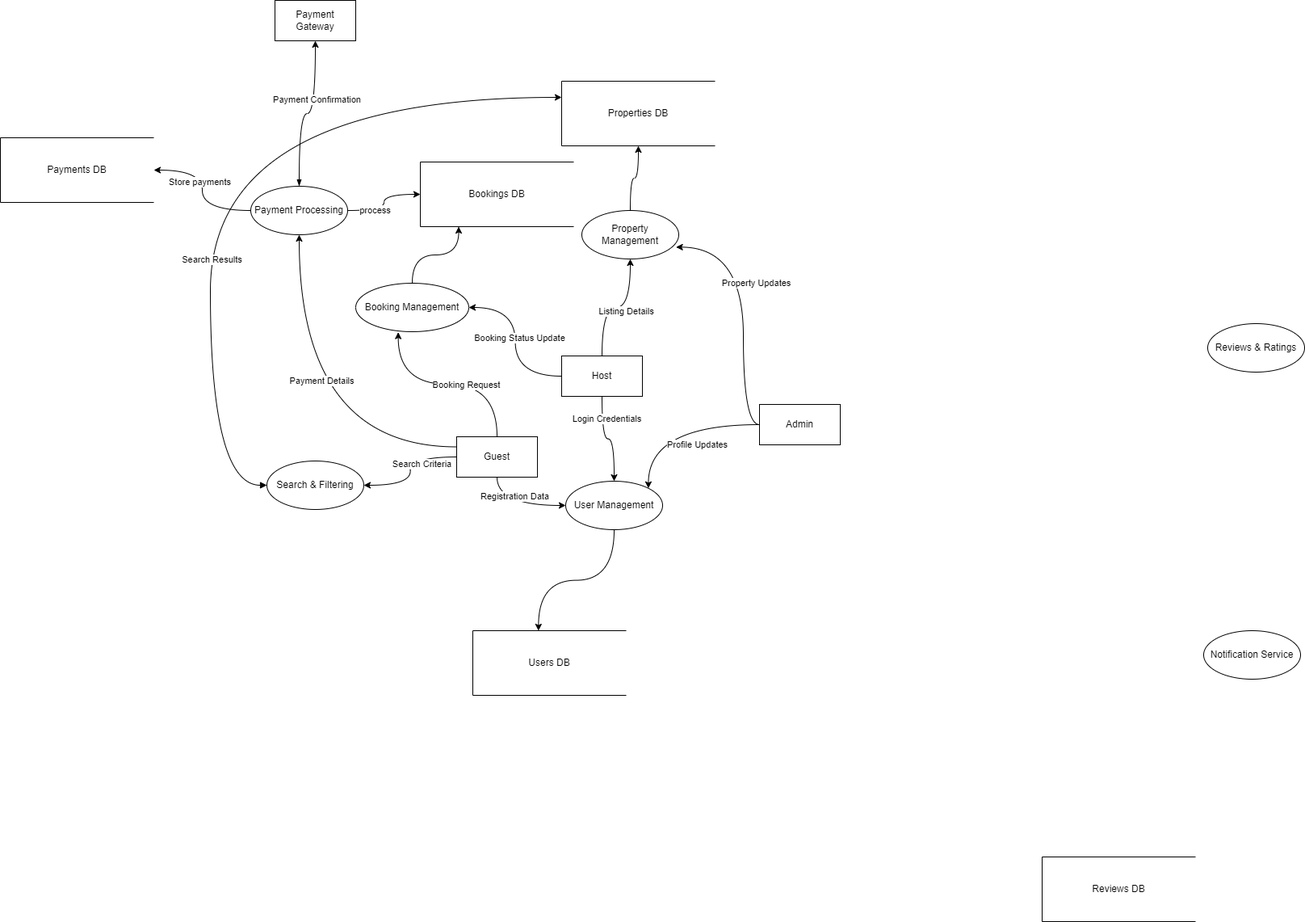
This is data-flow-diagram/Airbnb-Clone-Data-Flow-Diagram.drawio.png from patcreator/alx-airbnb-project-documentation, a draw.io export, as it was before one commit. Source tidied: cells renumbered, new cells last; positions are measured from the earlier drawing's top-left corner, leaving out a move shared by most shapes.
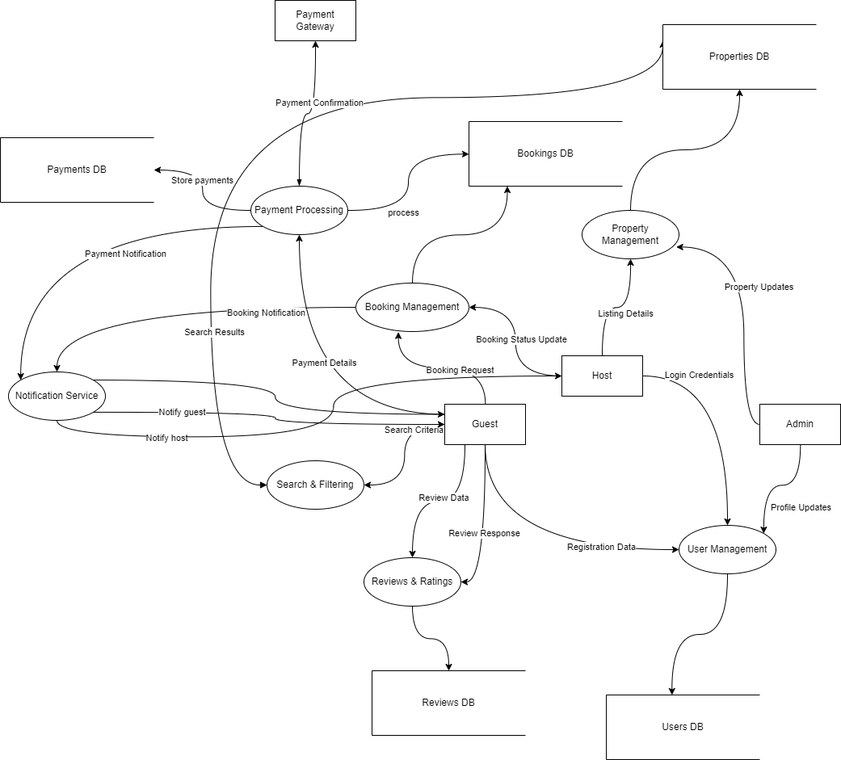
Above is the later version.

Diff of the diagram source:
```diff
@@ -6,7 +6,9 @@
       <mxGeometry relative="1" as="geometry" />
     </mxCell>
     <mxCell id="3" value="Registration Data" style="edgeLabel;html=1;align=center;verticalAlign=middle;" parent="2" vertex="1">
-      <mxGeometry x="-0.07" y="12" relative="1" as="geometry" />
+      <mxGeometry x="-0.4" y="32" relative="1" as="geometry">
+        <mxPoint x="108" y="10" as="offset" />
+      </mxGeometry>
     </mxCell>
     <mxCell id="4" style="edgeStyle=orthogonalEdgeStyle;rounded=0;jettySize=auto;html=1;exitX=0;exitY=0.5;exitDx=0;exitDy=0;entryX=1;entryY=0.5;entryDx=0;entryDy=0;curved=1;" parent="1" edge="1" source="8" target="25">
       <mxGeometry relative="1" as="geometry" />
@@ -20,8 +22,20 @@
     <mxCell id="7" value="Payment Details" style="edgeLabel;html=1;align=center;verticalAlign=middle;" parent="6" vertex="1">
       <mxGeometry x="0.21" y="-27" relative="1" as="geometry" />
     </mxCell>
+    <mxCell id="47" style="edgeStyle=orthogonalEdgeStyle;rounded=0;jettySize=auto;html=1;exitX=0.25;exitY=1;exitDx=0;exitDy=0;entryX=0.5;entryY=0;entryDx=0;entryDy=0;curved=1;" parent="1" edge="1" source="8" target="33">
+      <mxGeometry relative="1" as="geometry" />
+    </mxCell>
+    <mxCell id="48" value="Review Data" style="edgeLabel;html=1;align=center;verticalAlign=middle;" parent="47" vertex="1">
+      <mxGeometry x="-0.03" y="-8" relative="1" as="geometry" />
+    </mxCell>
+    <mxCell id="49" style="edgeStyle=orthogonalEdgeStyle;rounded=0;jettySize=auto;html=1;exitX=0.5;exitY=1;exitDx=0;exitDy=0;curved=1;entryX=1;entryY=0.5;entryDx=0;entryDy=0;" parent="1" edge="1" source="8" target="33">
+      <mxGeometry relative="1" as="geometry" />
+    </mxCell>
+    <mxCell id="50" value="Review Response" style="edgeLabel;html=1;align=center;verticalAlign=middle;" parent="49" vertex="1">
+      <mxGeometry x="0.08" y="-5" relative="1" as="geometry" />
+    </mxCell>
     <mxCell id="8" value="Guest" style="html=1;dashed=0;whiteSpace=wrap;" parent="1" vertex="1">
-      <mxGeometry x="565" y="540" width="100" height="50" as="geometry" />
+      <mxGeometry x="550" y="500" width="100" height="50" as="geometry" />
     </mxCell>
     <mxCell id="9" style="edgeStyle=orthogonalEdgeStyle;rounded=0;jettySize=auto;html=1;curved=1;" parent="1" edge="1" source="15" target="20">
       <mxGeometry relative="1" as="geometry" />
@@ -63,7 +77,7 @@
       <mxGeometry x="340" width="100" height="50" as="geometry" />
     </mxCell>
     <mxCell id="20" value="&lt;div&gt;User Management&lt;/div&gt;" style="rounded=1;whiteSpace=wrap;html=1;arcSize=28;shape=ellipse;perimeter=ellipsePerimeter;" parent="1" vertex="1">
-      <mxGeometry x="700" y="595" width="120" height="60" as="geometry" />
+      <mxGeometry x="840" y="650" width="120" height="60" as="geometry" />
     </mxCell>
     <mxCell id="21" style="edgeStyle=orthogonalEdgeStyle;rounded=0;jettySize=auto;html=1;entryX=0.5;entryY=1;entryDx=0;entryDy=0;curved=1;" parent="1" edge="1" source="22" target="36">
       <mxGeometry relative="1" as="geometry" />
@@ -80,7 +94,9 @@
       </mxGeometry>
     </mxCell>
     <mxCell id="24" value="Search Results" style="edgeLabel;html=1;align=center;verticalAlign=middle;" parent="23" vertex="1">
-      <mxGeometry x="-0.29" y="-1" relative="1" as="geometry" />
+      <mxGeometry x="-0.29" y="-1" relative="1" as="geometry">
+        <mxPoint y="158" as="offset" />
+      </mxGeometry>
     </mxCell>
     <mxCell id="25" value="&lt;div&gt;Search &amp;amp; Filtering&lt;/div&gt;" style="rounded=1;whiteSpace=wrap;html=1;shape=ellipse;perimeter=ellipsePerimeter;" parent="1" vertex="1">
       <mxGeometry x="330" y="570" width="120" height="60" as="geometry" />
@@ -88,6 +104,14 @@
     <mxCell id="26" style="edgeStyle=orthogonalEdgeStyle;rounded=0;jettySize=auto;html=1;entryX=0.25;entryY=1;entryDx=0;entryDy=0;curved=1;" parent="1" edge="1" source="27" target="37">
       <mxGeometry relative="1" as="geometry" />
     </mxCell>
+    <mxCell id="51" style="edgeStyle=orthogonalEdgeStyle;rounded=0;jettySize=auto;html=1;exitX=0;exitY=0.5;exitDx=0;exitDy=0;curved=1;" parent="1" edge="1" source="27" target="34">
+      <mxGeometry relative="1" as="geometry" />
+    </mxCell>
+    <mxCell id="52" value="Booking Notification" style="edgeLabel;html=1;align=center;verticalAlign=middle;" parent="51" vertex="1">
+      <mxGeometry x="-0.49" y="4" relative="1" as="geometry">
+        <mxPoint x="-1" as="offset" />
+      </mxGeometry>
+    </mxCell>
     <mxCell id="27" value="&lt;div&gt;Booking Management&lt;/div&gt;" style="rounded=1;whiteSpace=wrap;html=1;shape=ellipse;perimeter=ellipsePerimeter;" parent="1" vertex="1">
       <mxGeometry x="440" y="350" width="140" height="60" as="geometry" />
     </mxCell>
@@ -105,26 +129,52 @@
         <mxPoint x="-1" as="offset" />
       </mxGeometry>
     </mxCell>
+    <mxCell id="53" style="edgeStyle=orthogonalEdgeStyle;rounded=0;jettySize=auto;html=1;exitX=0;exitY=1;exitDx=0;exitDy=0;entryX=0;entryY=0;entryDx=0;entryDy=0;curved=1;" parent="1" edge="1" source="32" target="34">
+      <mxGeometry relative="1" as="geometry" />
+    </mxCell>
+    <mxCell id="54" value="Payment Notification" style="edgeLabel;html=1;align=center;verticalAlign=middle;" parent="53" vertex="1">
+      <mxGeometry x="-0.29" y="31" relative="1" as="geometry" />
+    </mxCell>
     <mxCell id="32" value="&lt;div&gt;Payment Processing&lt;/div&gt;" style="rounded=1;whiteSpace=wrap;html=1;shape=ellipse;perimeter=ellipsePerimeter;" parent="1" vertex="1">
       <mxGeometry x="310" y="230" width="120" height="60" as="geometry" />
     </mxCell>
+    <mxCell id="55" style="edgeStyle=orthogonalEdgeStyle;rounded=0;jettySize=auto;html=1;entryX=0.5;entryY=0;entryDx=0;entryDy=0;curved=1;" parent="1" edge="1" source="33" target="38">
+      <mxGeometry relative="1" as="geometry" />
+    </mxCell>
     <mxCell id="33" value="&lt;div&gt;Reviews &amp;amp; Ratings&lt;/div&gt;" style="rounded=1;whiteSpace=wrap;html=1;shape=ellipse;perimeter=ellipsePerimeter;" parent="1" vertex="1">
-      <mxGeometry x="1495" y="400" width="120" height="60" as="geometry" />
+      <mxGeometry x="450" y="690" width="120" height="60" as="geometry" />
     </mxCell>
+    <mxCell id="56" style="edgeStyle=orthogonalEdgeStyle;rounded=0;jettySize=auto;html=1;exitX=1;exitY=1;exitDx=0;exitDy=0;entryX=0;entryY=0.5;entryDx=0;entryDy=0;curved=1;" parent="1" edge="1" source="34" target="8">
+      <mxGeometry relative="1" as="geometry" />
+    </mxCell>
+    <mxCell id="57" value="Notify guest" style="edgeLabel;html=1;align=center;verticalAlign=middle;" parent="56" vertex="1">
+      <mxGeometry x="-0.52" y="3" relative="1" as="geometry" />
+    </mxCell>
+    <mxCell id="58" style="edgeStyle=orthogonalEdgeStyle;rounded=0;jettySize=auto;html=1;exitX=0.5;exitY=1;exitDx=0;exitDy=0;curved=1;" parent="1" edge="1" source="34" target="15">
+      <mxGeometry relative="1" as="geometry" />
+    </mxCell>
+    <mxCell id="59" value="Notify host" style="edgeLabel;html=1;align=center;verticalAlign=middle;" parent="58" vertex="1">
+      <mxGeometry x="-0.57" y="2" relative="1" as="geometry">
+        <mxPoint x="-1" as="offset" />
+      </mxGeometry>
+    </mxCell>
+    <mxCell id="60" style="edgeStyle=orthogonalEdgeStyle;rounded=0;jettySize=auto;html=1;exitX=1;exitY=0;exitDx=0;exitDy=0;entryX=0;entryY=0.25;entryDx=0;entryDy=0;curved=1;" parent="1" edge="1" source="34" target="8">
+      <mxGeometry relative="1" as="geometry" />
+    </mxCell>
     <mxCell id="34" value="&lt;div&gt;Notification Service&lt;/div&gt;" style="rounded=1;whiteSpace=wrap;html=1;shape=ellipse;perimeter=ellipsePerimeter;" parent="1" vertex="1">
-      <mxGeometry x="1490" y="780" width="120" height="60" as="geometry" />
+      <mxGeometry x="10" y="460" width="120" height="60" as="geometry" />
     </mxCell>
     <mxCell id="35" value="&lt;div&gt;Users DB&lt;/div&gt;" style="html=1;dashed=0;whiteSpace=wrap;shape=partialRectangle;right=0;" parent="1" vertex="1">
-      <mxGeometry x="585" y="780" width="190" height="80" as="geometry" />
+      <mxGeometry x="750" y="860" width="190" height="80" as="geometry" />
     </mxCell>
     <mxCell id="36" value="&lt;div&gt;Properties DB&lt;/div&gt;" style="html=1;dashed=0;whiteSpace=wrap;shape=partialRectangle;right=0;" parent="1" vertex="1">
-      <mxGeometry x="695" y="100" width="190" height="80" as="geometry" />
+      <mxGeometry x="820" y="30" width="190" height="80" as="geometry" />
     </mxCell>
     <mxCell id="37" value="&lt;div&gt;Bookings DB&lt;/div&gt;" style="html=1;dashed=0;whiteSpace=wrap;shape=partialRectangle;right=0;" parent="1" vertex="1">
-      <mxGeometry x="520" y="200" width="190" height="80" as="geometry" />
+      <mxGeometry x="580" y="150" width="190" height="80" as="geometry" />
     </mxCell>
     <mxCell id="38" value="&lt;div&gt;Reviews DB&lt;/div&gt;" style="html=1;dashed=0;whiteSpace=wrap;shape=partialRectangle;right=0;" parent="1" vertex="1">
-      <mxGeometry x="1290" y="1060" width="190" height="80" as="geometry" />
+      <mxGeometry x="460" y="830" width="190" height="80" as="geometry" />
     </mxCell>
     <mxCell id="39" style="edgeStyle=orthogonalEdgeStyle;rounded=0;jettySize=auto;html=1;exitX=0.5;exitY=1;exitDx=0;exitDy=0;entryX=0.428;entryY=0;entryDx=0;entryDy=0;entryPerimeter=0;curved=1;" parent="1" edge="1" source="20" target="35">
       <mxGeometry relative="1" as="geometry" />
```
